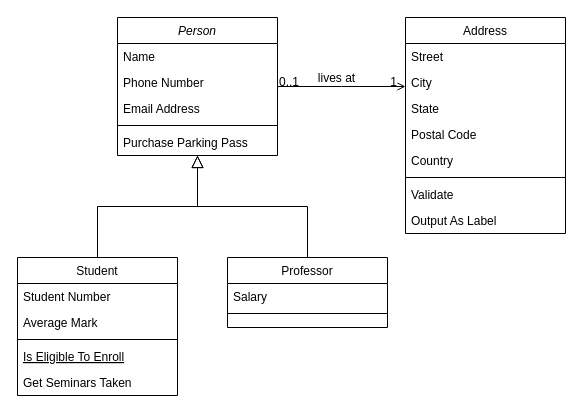
Before: page "Page-1" (1 of 2) of Untitled Diagram.drawio in you2quan/you2quan, a draw.io diagram. Source tidied: cells renumbered, new cells numbered last; positions are measured from the earlier drawing's top-left corner, leaving out a move shared by most shapes. Both pictures are drawn from the tidied source at 100%, with x=0, y=0 at pixel (17, 17).
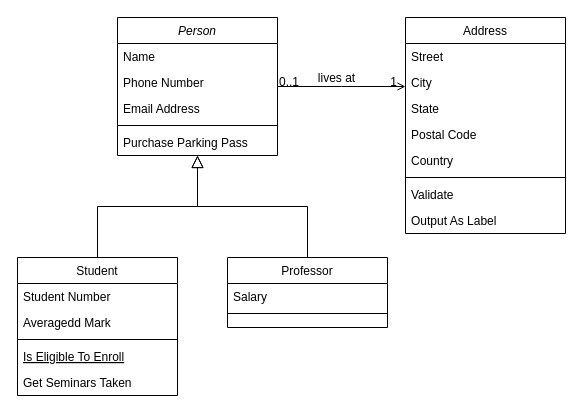
The same diagram, later.

Unchanged cells that the change refers to:
```xml
<mxCell id="8" value="Student" style="swimlane;fontStyle=0;align=center;verticalAlign=top;horizontal=1;startSize=26;rounded=0;shadow=0;strokeWidth=1;" parent="1" vertex="1">
  <mxGeometry y="240" width="160" height="138" as="geometry" />
</mxCell>
```

What changed in the source:
```diff
@@
-    <mxCell id="10" value="Average Mark" style="text;align=left;verticalAlign=top;spacingLeft=4;spacingRight=4;overflow=hidden;rounded=0;shadow=0;html=0;" parent="8" vertex="1">
+    <mxCell id="10" value="Averagedd Mark" style="text;align=left;verticalAlign=top;spacingLeft=4;spacingRight=4;overflow=hidden;rounded=0;shadow=0;html=0;" parent="8" vertex="1">
       <mxGeometry y="52" width="160" height="26" as="geometry" />
     </mxCell>
```
